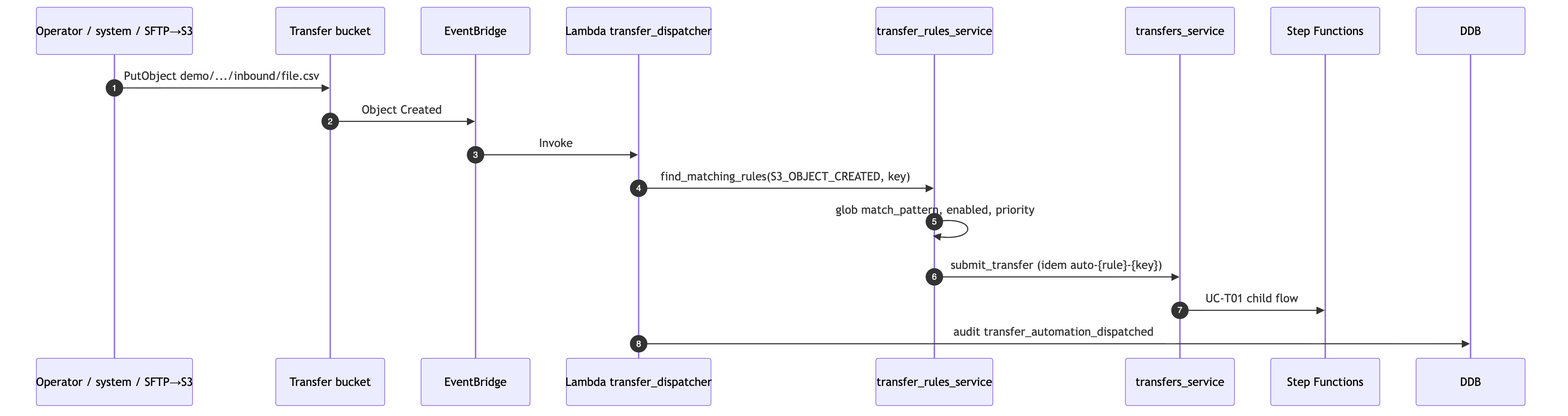
This is docs/sequence-diagrams/png/UC-A01.png from bayareala8s/BayRelayAI, a Mermaid export, as it was before one commit. Its source is kept beside it as docs/sequence-diagrams/mmd/UC-A01.mmd.
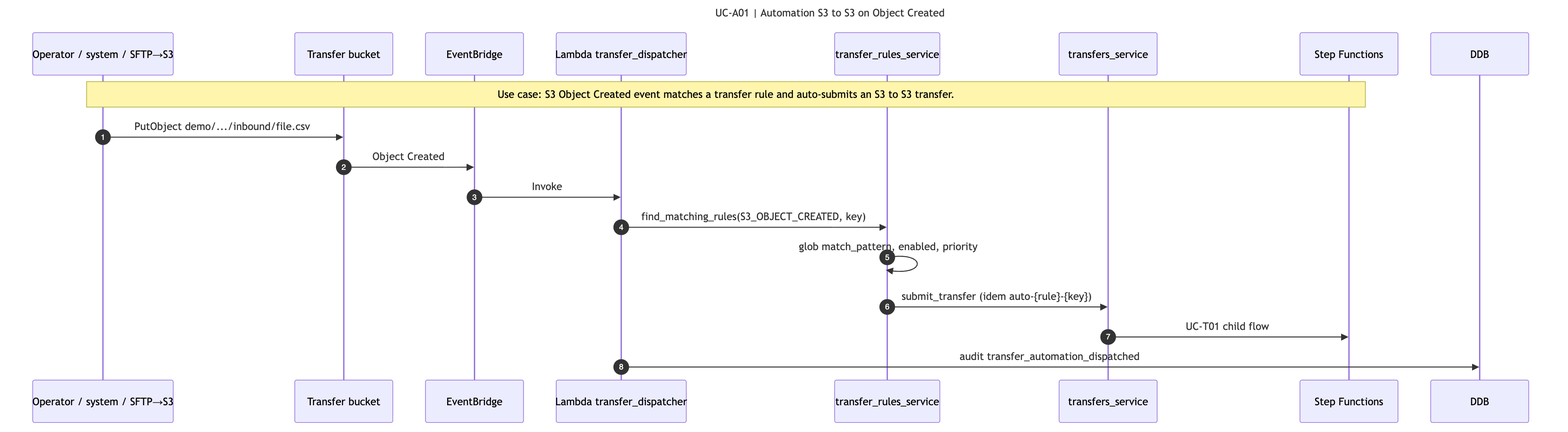
Later version of the same file.

What changed in the source:
```diff
@@ -1,3 +1,6 @@
+---
+title: UC-A01 | Automation S3 to S3 on Object Created
+---
 sequenceDiagram
   autonumber
   participant Uploader as Operator / system / SFTP→S3
@@ -7,6 +10,7 @@
   participant Rules as transfer_rules_service
   participant API as transfers_service
   participant SFN as Step Functions
+  Note over Uploader,SFN: Use case: S3 Object Created event matches a transfer rule and auto-submits an S3 to S3 transfer.
 
   Uploader->>S3: PutObject demo/.../inbound/file.csv
   S3->>EB: Object Created
```
